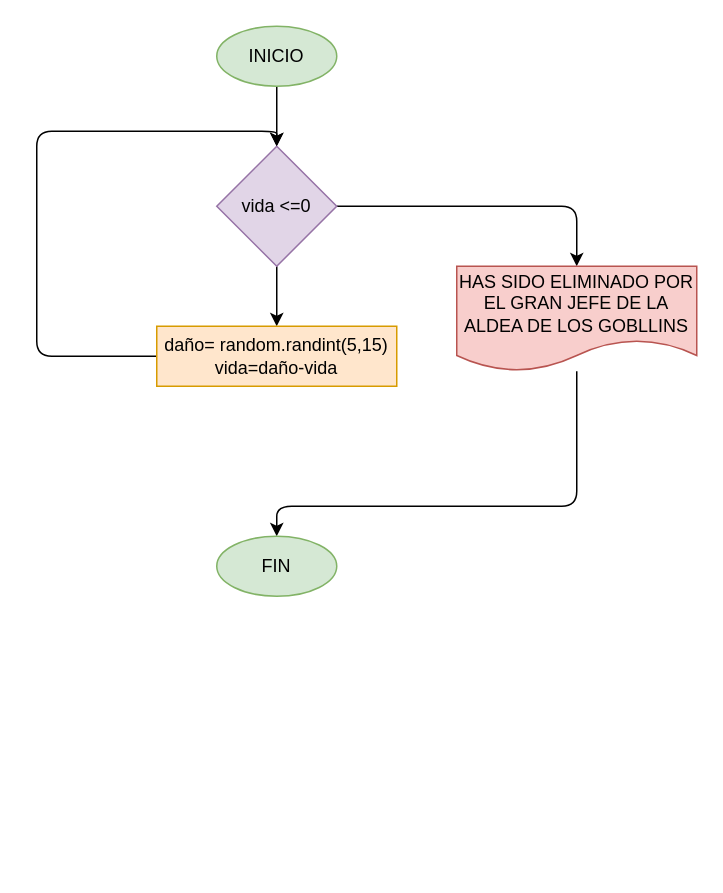
Before: JUEGO/Diagrama.drawio in lorcrop/Taller_while_parte_dos, a draw.io diagram. Source tidied: cells renumbered, new cells numbered last; positions are measured from the earlier drawing's top-left corner, leaving out a move shared by most shapes. Both pictures are drawn from the tidied source at 150%, with x=0, y=0 at pixel (36, 26).
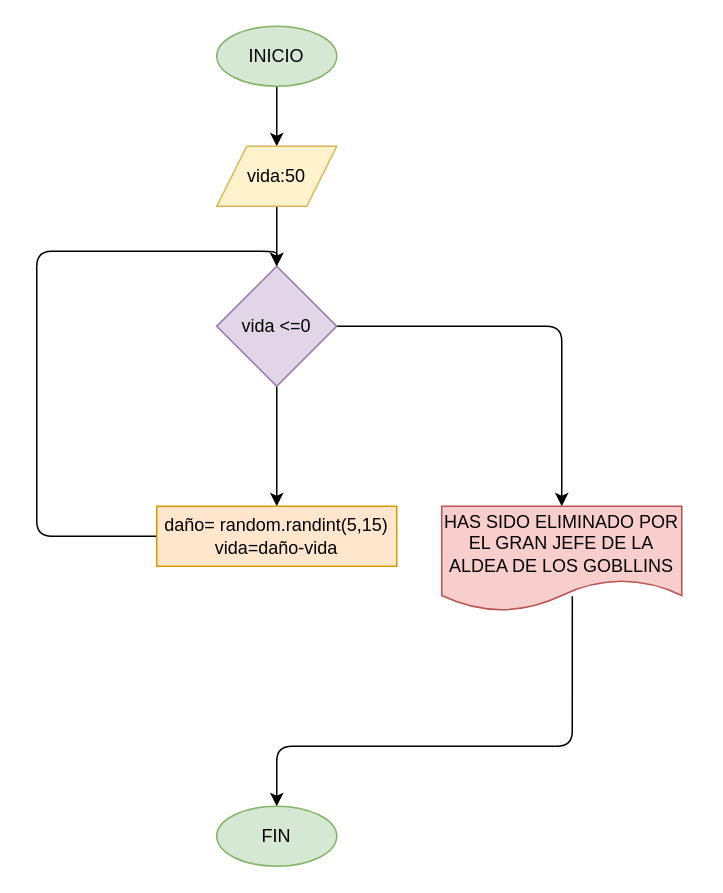
Above is the later version.

Change to the diagram source:
```diff
@@
 <mxGraphModel>
   <root>
     <mxCell id="0" />
     <mxCell id="1" parent="0" />
-    <mxCell id="2" style="edgeStyle=none;html=1;" parent="1" edge="1" source="3" target="6">
-      <mxGeometry relative="1" as="geometry" />
-    </mxCell>
+    <mxCell id="12" style="edgeStyle=none;html=1;" parent="1" edge="1" source="3" target="14">
+      <mxGeometry relative="1" as="geometry" />
+    </mxCell>
     <mxCell id="3" value="INICIO" style="ellipse;whiteSpace=wrap;html=1;fillColor=#d5e8d4;strokeColor=#82b366;" parent="1" vertex="1">
       <mxGeometry x="120" width="80" height="40" as="geometry" />
     </mxCell>
     <mxCell id="4" style="edgeStyle=none;html=1;" parent="1" edge="1" source="6" target="8">
       <mxGeometry relative="1" as="geometry" />
     </mxCell>
     <mxCell id="5" style="edgeStyle=orthogonalEdgeStyle;html=1;entryX=0.5;entryY=0;entryDx=0;entryDy=0;" parent="1" edge="1" source="6" target="10">
       <mxGeometry relative="1" as="geometry" />
     </mxCell>
     <mxCell id="6" value="vida &amp;lt;=0" style="rhombus;whiteSpace=wrap;html=1;fillColor=#e1d5e7;strokeColor=#9673a6;" parent="1" vertex="1">
-      <mxGeometry x="120" y="80" width="80" height="80" as="geometry" />
+      <mxGeometry x="120" y="160" width="80" height="80" as="geometry" />
     </mxCell>
     <mxCell id="7" style="edgeStyle=orthogonalEdgeStyle;html=1;entryX=0.5;entryY=0;entryDx=0;entryDy=0;" parent="1" edge="1" source="8" target="6">
       <mxGeometry relative="1" as="geometry">
         <Array as="points">
-          <mxPoint y="220" />
-          <mxPoint y="70" />
-          <mxPoint x="160" y="70" />
+          <mxPoint y="340" />
+          <mxPoint y="150" />
+          <mxPoint x="160" y="150" />
         </Array>
       </mxGeometry>
     </mxCell>
     <mxCell id="8" value="daño= random.randint(5,15)&lt;br&gt;vida=daño-vida" style="rounded=0;whiteSpace=wrap;html=1;fillColor=#ffe6cc;strokeColor=#d79b00;" parent="1" vertex="1">
-      <mxGeometry x="80" y="200" width="160" height="40" as="geometry" />
+      <mxGeometry x="80" y="320" width="160" height="40" as="geometry" />
     </mxCell>
-    <mxCell id="9" style="edgeStyle=orthogonalEdgeStyle;html=1;" parent="1" edge="1" source="10" target="11">
+    <mxCell id="9" style="edgeStyle=orthogonalEdgeStyle;html=1;exitX=0.544;exitY=0.857;exitDx=0;exitDy=0;exitPerimeter=0;" parent="1" edge="1" source="10" target="11">
       <mxGeometry relative="1" as="geometry">
         <Array as="points">
-          <mxPoint x="360" y="320" />
-          <mxPoint x="160" y="320" />
+          <mxPoint x="357" y="480" />
+          <mxPoint x="160" y="480" />
         </Array>
       </mxGeometry>
     </mxCell>
     <mxCell id="10" value="HAS SIDO ELIMINADO POR EL GRAN JEFE DE LA ALDEA DE LOS GOBLLINS" style="shape=document;whiteSpace=wrap;html=1;boundedLbl=1;fillColor=#f8cecc;strokeColor=#b85450;" parent="1" vertex="1">
-      <mxGeometry x="280" y="160" width="160" height="70" as="geometry" />
+      <mxGeometry x="270" y="320" width="160" height="70" as="geometry" />
     </mxCell>
     <mxCell id="11" value="FIN" style="ellipse;whiteSpace=wrap;html=1;fillColor=#d5e8d4;strokeColor=#82b366;" parent="1" vertex="1">
-      <mxGeometry x="120" y="340" width="80" height="40" as="geometry" />
+      <mxGeometry x="120" y="520" width="80" height="40" as="geometry" />
     </mxCell>
+    <mxCell id="13" style="edgeStyle=none;html=1;" parent="1" edge="1" source="14" target="6">
+      <mxGeometry relative="1" as="geometry" />
+    </mxCell>
+    <mxCell id="14" value="vida:50" style="shape=parallelogram;perimeter=parallelogramPerimeter;whiteSpace=wrap;html=1;fixedSize=1;fillColor=#fff2cc;strokeColor=#d6b656;" parent="1" vertex="1">
+      <mxGeometry x="120" y="80" width="80" height="40" as="geometry" />
+    </mxCell>
   </root>
 </mxGraphModel>
```
